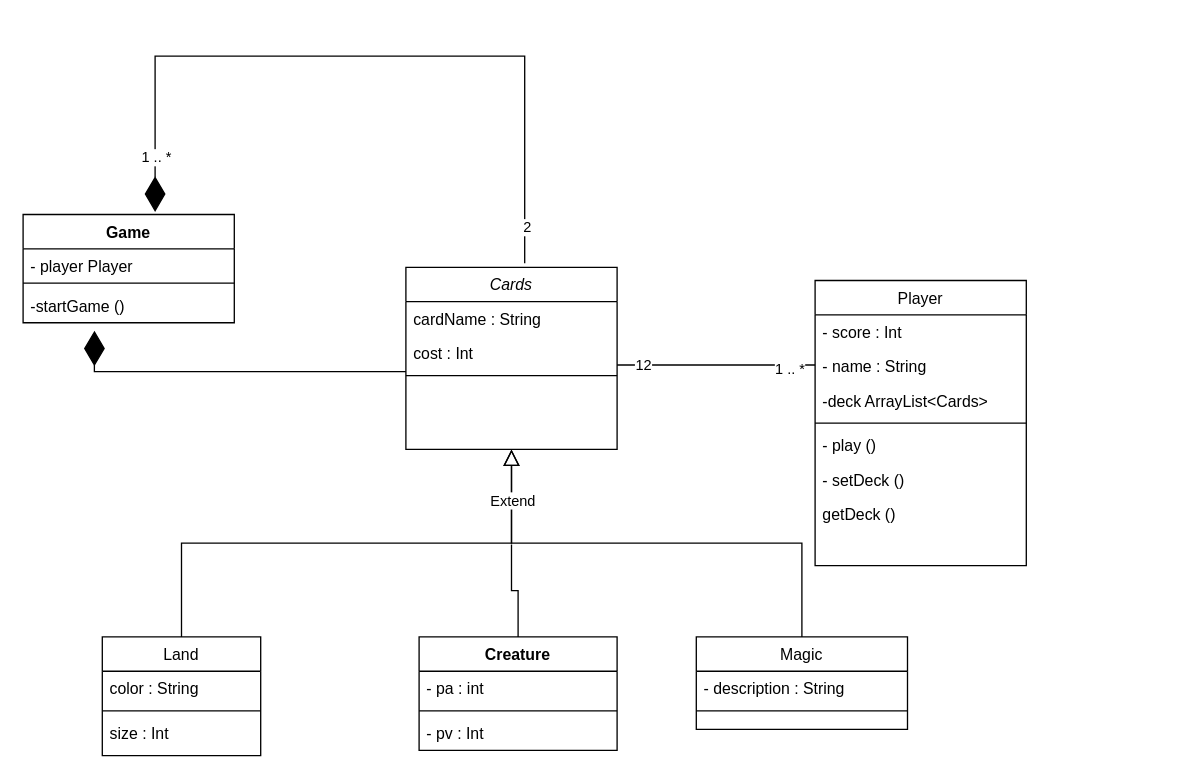
shaimeur/cardGameOOP keeps this draw.io diagram as classeDiagram.drawio. Above is the earlier version. Source tidied: cells renumbered, new cells numbered last; positions are measured from the earlier drawing's top-left corner, leaving out a move shared by most shapes. Both pictures are drawn from the tidied source at 132%, with x=0, y=0 at pixel (22, 55).
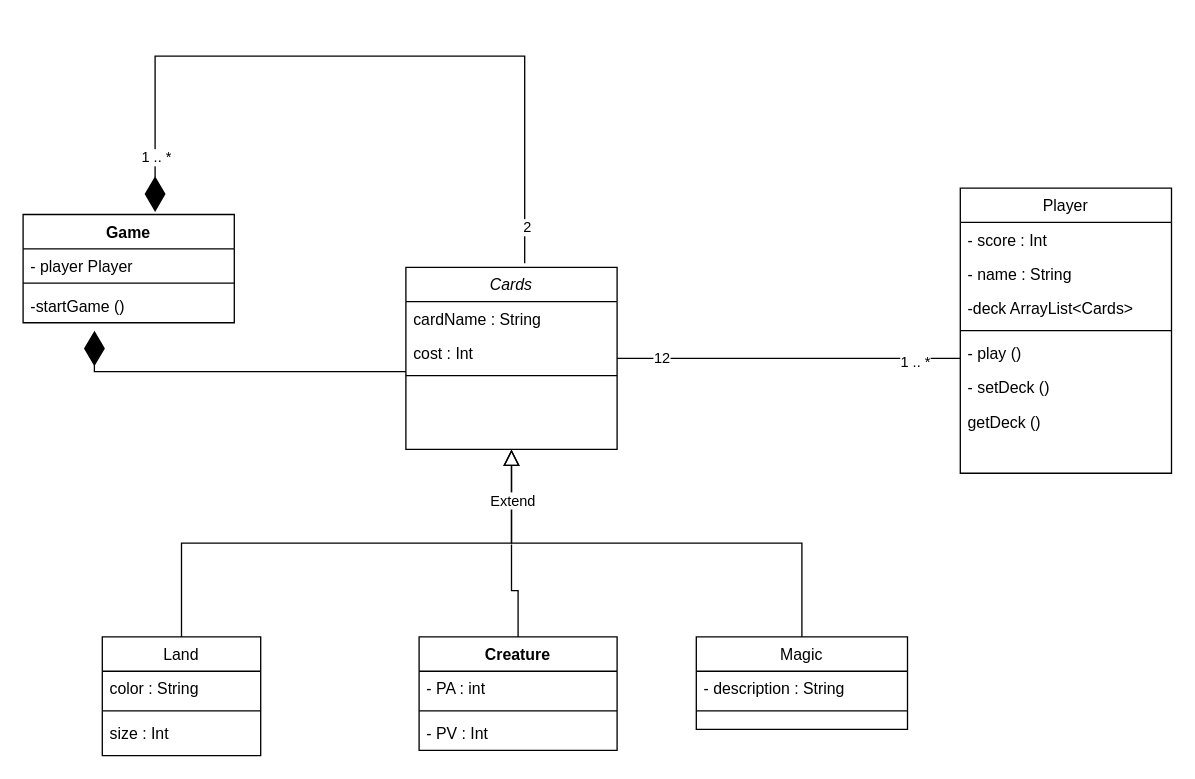
The same diagram, later.

Unchanged cells that the change refers to:
```xml
<mxCell id="27" value="Creature" style="swimlane;fontStyle=1;align=center;verticalAlign=top;horizontal=1;startSize=26;" parent="1" vertex="1">
  <mxGeometry x="300" y="440" width="150" height="86" as="geometry" />
</mxCell>
```

Diff of the diagram source:
```diff
@@
     <mxCell id="16" value="Player" style="swimlane;fontStyle=0;align=center;verticalAlign=top;horizontal=1;startSize=26;rounded=0;shadow=0;strokeWidth=1;" parent="1" vertex="1">
-      <mxGeometry x="600" y="170" width="160" height="216" as="geometry" />
+      <mxGeometry x="710" y="100" width="160" height="216" as="geometry" />
     </mxCell>
@@
-    <mxCell id="28" value="- pa : int" style="text;strokeColor=none;fillColor=none;align=left;verticalAlign=top;spacingLeft=4;spacingRight=4;overflow=hidden;" parent="27" vertex="1">
+    <mxCell id="28" value="- PA : int" style="text;strokeColor=none;fillColor=none;align=left;verticalAlign=top;spacingLeft=4;spacingRight=4;overflow=hidden;" parent="27" vertex="1">
       <mxGeometry y="26" width="150" height="26" as="geometry" />
     </mxCell>
@@
-    <mxCell id="30" value="- pv : Int" style="text;strokeColor=none;fillColor=none;align=left;verticalAlign=top;spacingLeft=4;spacingRight=4;overflow=hidden;" parent="27" vertex="1">
+    <mxCell id="30" value="- PV : Int" style="text;strokeColor=none;fillColor=none;align=left;verticalAlign=top;spacingLeft=4;spacingRight=4;overflow=hidden;" parent="27" vertex="1">
       <mxGeometry y="60" width="150" height="26" as="geometry" />
     </mxCell>
```
